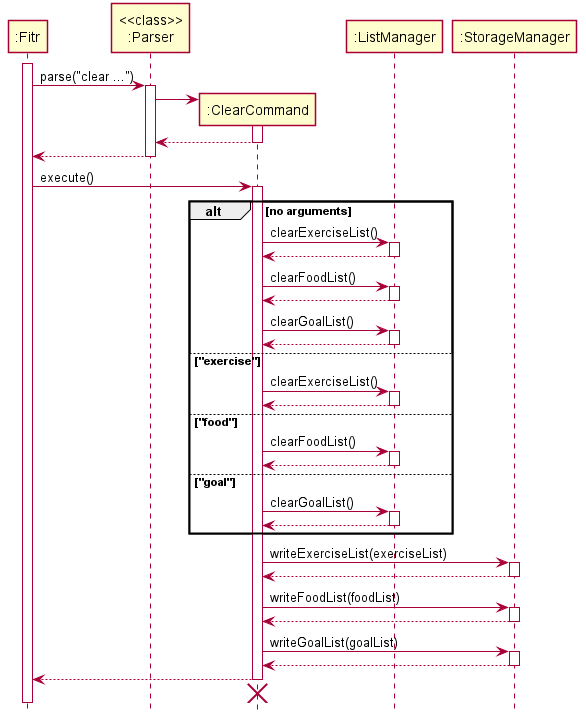
nus-cs2113-AY2021S1/tp keeps this PlantUML diagram as docs/images/ClearCommandSequenceDiagram.png. Above is the earlier version.
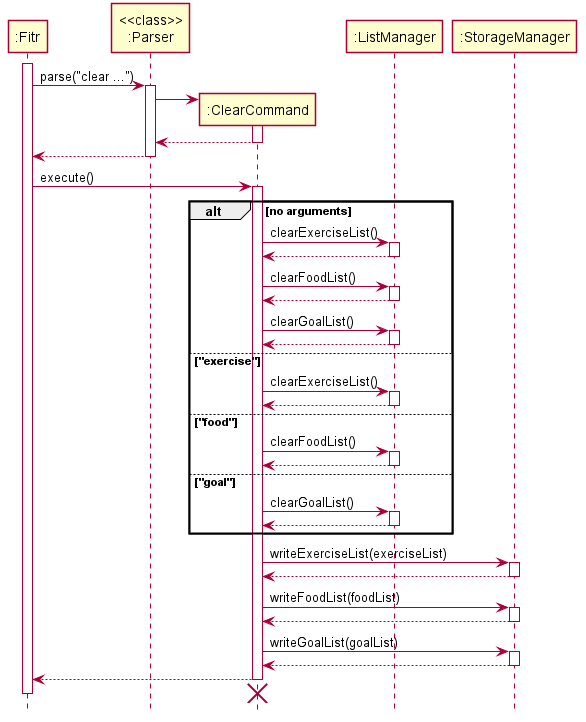
After the change.

The edit, as a diff of the source:
```diff
@@ -47,5 +47,7 @@
 ":ClearCommand" -[hidden]-> ":Fitr"
 destroy ":ClearCommand"
 
+deactivate ":Fitr"
+
 hide footbox
 @enduml
```
